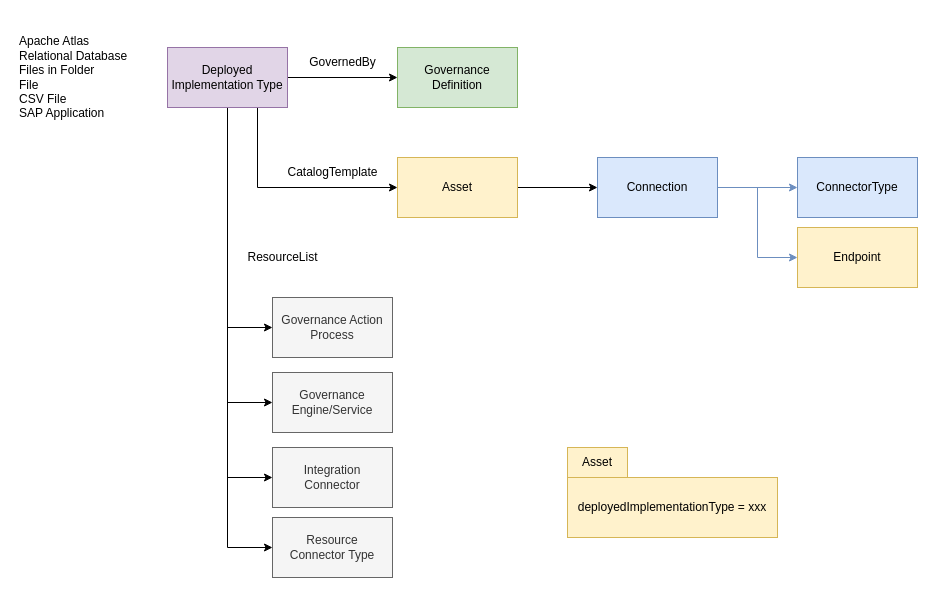
The draw.io diagram page "deployed-implementation-type" (1 of 4) of site/docs/concepts/deployed-implementation-types.drawio in odpi/egeria-docs, before the edit. Source tidied: cells renumbered, new cells numbered last; positions are measured from the earlier drawing's top-left corner, leaving out a move shared by most shapes. Both pictures are drawn from the tidied source at 100%, with x=0, y=0 at pixel (17, 27).
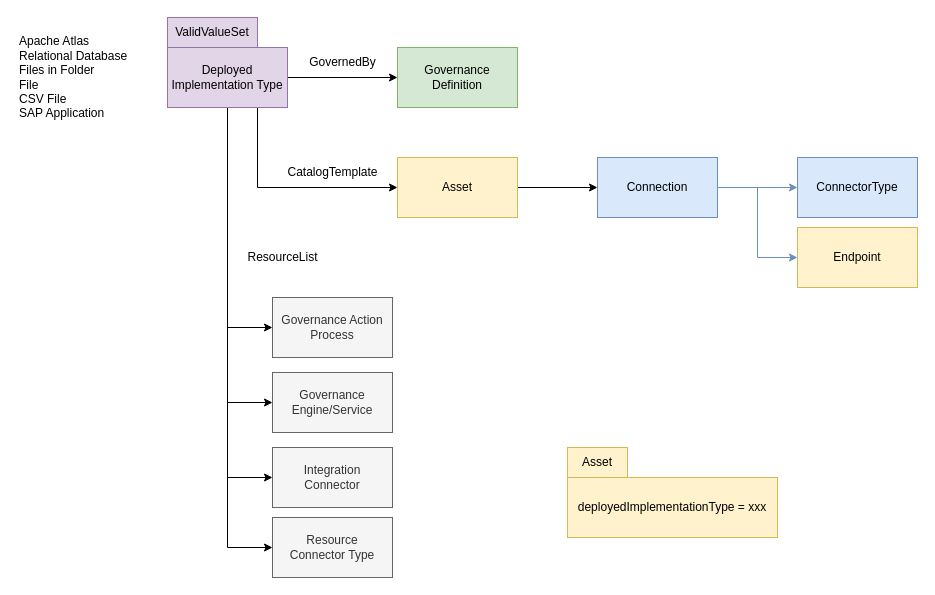
After the change.

Change to the diagram source:
```diff
@@
+    <mxCell id="27" value="ValidValueSet" style="rounded=0;whiteSpace=wrap;html=1;fillColor=#e1d5e7;strokeColor=#9673a6;" parent="1" vertex="1">
+      <mxGeometry x="150" y="-10" width="90" height="30" as="geometry" />
+    </mxCell>
```
